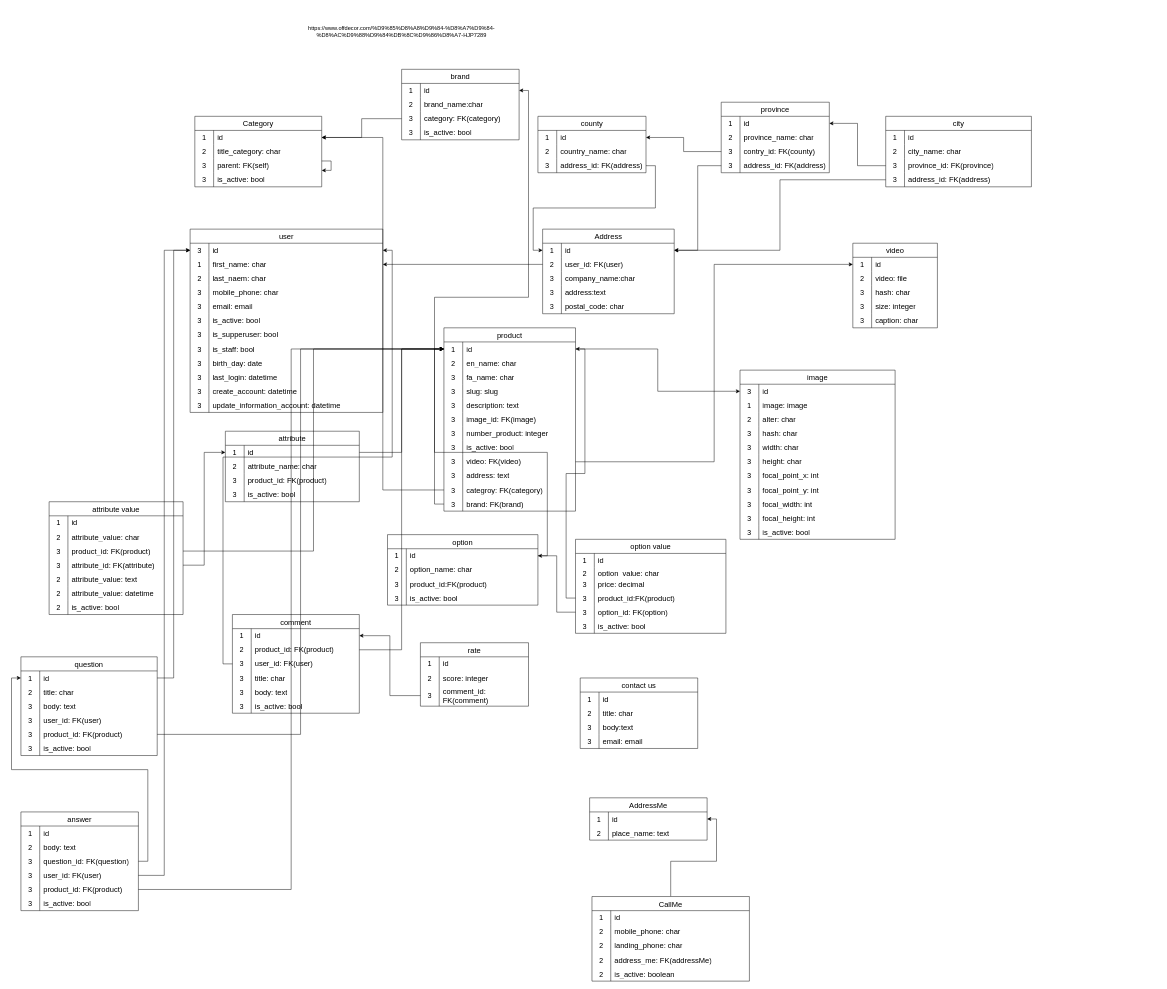
Earlier version of the draw.io diagram turn_rating.drawio (mrgdeveloper1401/sofa). Source tidied: cells renumbered, new cells numbered last; positions are measured from the earlier drawing's top-left corner, leaving out a move shared by most shapes. Both pictures are drawn from the tidied source at 47%, with x=0, y=0 at pixel (21, 8).
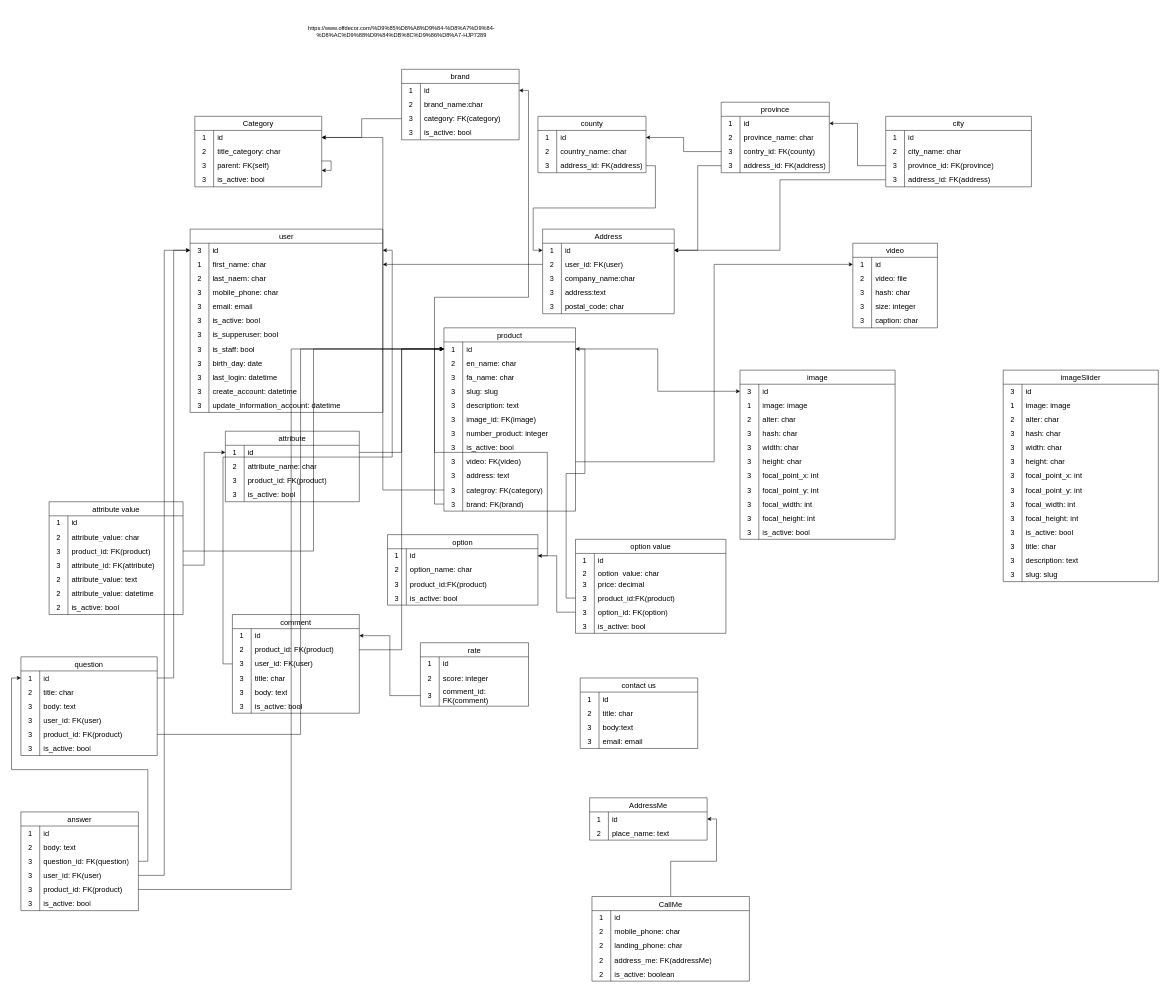
The same page after the edit.

Change to the diagram source:
```diff
@@
+    <mxCell id="402" value="imageSlider" style="shape=table;startSize=30;childLayout=tableLayout;rowLines=0;fontStyle=0;strokeColor=default;fontSize=16;" parent="1" vertex="1">
+      <mxGeometry x="2090" y="770" width="330" height="450" as="geometry" />
+    </mxCell>
+    <mxCell id="403" style="shape=tableRow;horizontal=0;startSize=0;swimlaneHead=0;swimlaneBody=0;top=0;left=0;bottom=0;right=0;fillColor=none;strokeColor=inherit;fontSize=16;" parent="402" vertex="1">
+      <mxGeometry y="30" width="330" height="30" as="geometry" />
+    </mxCell>
+    <mxCell id="404" value="3" style="shape=partialRectangle;html=1;whiteSpace=wrap;fillColor=none;top=0;left=0;bottom=0;right=0;overflow=hidden;strokeColor=inherit;fontSize=16;" parent="403" vertex="1">
+      <mxGeometry width="40" height="30" as="geometry" />
+    </mxCell>
+    <mxCell id="405" value="id" style="shape=partialRectangle;html=1;whiteSpace=wrap;fillColor=none;top=0;left=0;bottom=0;right=0;align=left;spacingLeft=6;overflow=hidden;strokeColor=inherit;fontSize=16;" parent="403" vertex="1">
+      <mxGeometry x="40" width="290" height="30" as="geometry" />
+    </mxCell>
+    <mxCell id="406" style="shape=tableRow;horizontal=0;startSize=0;swimlaneHead=0;swimlaneBody=0;top=0;left=0;bottom=0;right=0;fillColor=none;strokeColor=inherit;fontSize=16;" parent="402" vertex="1">
+      <mxGeometry y="60" width="330" height="30" as="geometry" />
+    </mxCell>
+    <mxCell id="407" value="1" style="shape=partialRectangle;html=1;whiteSpace=wrap;fillColor=none;top=0;left=0;bottom=0;right=0;overflow=hidden;strokeColor=inherit;fontSize=16;" parent="406" vertex="1">
+      <mxGeometry width="40" height="30" as="geometry" />
+    </mxCell>
+    <mxCell id="408" value="image: image" style="shape=partialRectangle;html=1;whiteSpace=wrap;fillColor=none;top=0;left=0;bottom=0;right=0;align=left;spacingLeft=6;overflow=hidden;strokeColor=inherit;fontSize=16;" parent="406" vertex="1">
+      <mxGeometry x="40" width="290" height="30" as="geometry" />
+    </mxCell>
+    <mxCell id="409" style="shape=tableRow;horizontal=0;startSize=0;swimlaneHead=0;swimlaneBody=0;top=0;left=0;bottom=0;right=0;fillColor=none;strokeColor=inherit;fontSize=16;" parent="402" vertex="1">
+      <mxGeometry y="90" width="330" height="30" as="geometry" />
+    </mxCell>
+    <mxCell id="410" value="2" style="shape=partialRectangle;html=1;whiteSpace=wrap;fillColor=none;top=0;left=0;bottom=0;right=0;overflow=hidden;strokeColor=inherit;fontSize=16;" parent="409" vertex="1">
+      <mxGeometry width="40" height="30" as="geometry" />
+    </mxCell>
+    <mxCell id="411" value="alter: char" style="shape=partialRectangle;html=1;whiteSpace=wrap;fillColor=none;top=0;left=0;bottom=0;right=0;align=left;spacingLeft=6;overflow=hidden;strokeColor=inherit;fontSize=16;" parent="409" vertex="1">
+      <mxGeometry x="40" width="290" height="30" as="geometry" />
+    </mxCell>
+    <mxCell id="412" style="shape=tableRow;horizontal=0;startSize=0;swimlaneHead=0;swimlaneBody=0;top=0;left=0;bottom=0;right=0;fillColor=none;strokeColor=inherit;fontSize=16;" parent="402" vertex="1">
+      <mxGeometry y="120" width="330" height="30" as="geometry" />
+    </mxCell>
+    <mxCell id="413" value="3" style="shape=partialRectangle;html=1;whiteSpace=wrap;fillColor=none;top=0;left=0;bottom=0;right=0;overflow=hidden;strokeColor=inherit;fontSize=16;" parent="412" vertex="1">
+      <mxGeometry width="40" height="30" as="geometry" />
+    </mxCell>
+    <mxCell id="414" value="hash: char" style="shape=partialRectangle;html=1;whiteSpace=wrap;fillColor=none;top=0;left=0;bottom=0;right=0;align=left;spacingLeft=6;overflow=hidden;strokeColor=inherit;fontSize=16;" parent="412" vertex="1">
+      <mxGeometry x="40" width="290" height="30" as="geometry" />
+    </mxCell>
+    <mxCell id="415" style="shape=tableRow;horizontal=0;startSize=0;swimlaneHead=0;swimlaneBody=0;top=0;left=0;bottom=0;right=0;fillColor=none;strokeColor=inherit;fontSize=16;" parent="402" vertex="1">
+      <mxGeometry y="150" width="330" height="30" as="geometry" />
+    </mxCell>
+    <mxCell id="416" value="3" style="shape=partialRectangle;html=1;whiteSpace=wrap;fillColor=none;top=0;left=0;bottom=0;right=0;overflow=hidden;strokeColor=inherit;fontSize=16;" parent="415" vertex="1">
+      <mxGeometry width="40" height="30" as="geometry" />
+    </mxCell>
+    <mxCell id="417" value="width: char" style="shape=partialRectangle;html=1;whiteSpace=wrap;fillColor=none;top=0;left=0;bottom=0;right=0;align=left;spacingLeft=6;overflow=hidden;strokeColor=inherit;fontSize=16;" parent="415" vertex="1">
+      <mxGeometry x="40" width="290" height="30" as="geometry" />
+    </mxCell>
+    <mxCell id="418" style="shape=tableRow;horizontal=0;startSize=0;swimlaneHead=0;swimlaneBody=0;top=0;left=0;bottom=0;right=0;fillColor=none;strokeColor=inherit;fontSize=16;" parent="402" vertex="1">
+      <mxGeometry y="180" width="330" height="30" as="geometry" />
+    </mxCell>
+    <mxCell id="419" value="3" style="shape=partialRectangle;html=1;whiteSpace=wrap;fillColor=none;top=0;left=0;bottom=0;right=0;overflow=hidden;strokeColor=inherit;fontSize=16;" parent="418" vertex="1">
+      <mxGeometry width="40" height="30" as="geometry" />
+    </mxCell>
+    <mxCell id="420" value="height: char" style="shape=partialRectangle;html=1;whiteSpace=wrap;fillColor=none;top=0;left=0;bottom=0;right=0;align=left;spacingLeft=6;overflow=hidden;strokeColor=inherit;fontSize=16;" parent="418" vertex="1">
+      <mxGeometry x="40" width="290" height="30" as="geometry" />
+    </mxCell>
+    <mxCell id="421" style="shape=tableRow;horizontal=0;startSize=0;swimlaneHead=0;swimlaneBody=0;top=0;left=0;bottom=0;right=0;fillColor=none;strokeColor=inherit;fontSize=16;" parent="402" vertex="1">
+      <mxGeometry y="210" width="330" height="30" as="geometry" />
+    </mxCell>
+    <mxCell id="422" value="3" style="shape=partialRectangle;html=1;whiteSpace=wrap;fillColor=none;top=0;left=0;bottom=0;right=0;overflow=hidden;strokeColor=inherit;fontSize=16;" parent="421" vertex="1">
+      <mxGeometry width="40" height="30" as="geometry" />
+    </mxCell>
+    <mxCell id="423" value="focal_point_x: int" style="shape=partialRectangle;html=1;whiteSpace=wrap;fillColor=none;top=0;left=0;bottom=0;right=0;align=left;spacingLeft=6;overflow=hidden;strokeColor=inherit;fontSize=16;" parent="421" vertex="1">
+      <mxGeometry x="40" width="290" height="30" as="geometry" />
+    </mxCell>
+    <mxCell id="424" style="shape=tableRow;horizontal=0;startSize=0;swimlaneHead=0;swimlaneBody=0;top=0;left=0;bottom=0;right=0;fillColor=none;strokeColor=inherit;fontSize=16;" parent="402" vertex="1">
+      <mxGeometry y="240" width="330" height="30" as="geometry" />
+    </mxCell>
+    <mxCell id="425" value="3" style="shape=partialRectangle;html=1;whiteSpace=wrap;fillColor=none;top=0;left=0;bottom=0;right=0;overflow=hidden;strokeColor=inherit;fontSize=16;" parent="424" vertex="1">
+      <mxGeometry width="40" height="30" as="geometry" />
+    </mxCell>
+    <mxCell id="426" value="focal_point_y: int" style="shape=partialRectangle;html=1;whiteSpace=wrap;fillColor=none;top=0;left=0;bottom=0;right=0;align=left;spacingLeft=6;overflow=hidden;strokeColor=inherit;fontSize=16;" parent="424" vertex="1">
+      <mxGeometry x="40" width="290" height="30" as="geometry" />
+    </mxCell>
+    <mxCell id="427" style="shape=tableRow;horizontal=0;startSize=0;swimlaneHead=0;swimlaneBody=0;top=0;left=0;bottom=0;right=0;fillColor=none;strokeColor=inherit;fontSize=16;" parent="402" vertex="1">
+      <mxGeometry y="270" width="330" height="30" as="geometry" />
+    </mxCell>
+    <mxCell id="428" value="3" style="shape=partialRectangle;html=1;whiteSpace=wrap;fillColor=none;top=0;left=0;bottom=0;right=0;overflow=hidden;strokeColor=inherit;fontSize=16;" parent="427" vertex="1">
+      <mxGeometry width="40" height="30" as="geometry" />
+    </mxCell>
+    <mxCell id="429" value="focal_width: int" style="shape=partialRectangle;html=1;whiteSpace=wrap;fillColor=none;top=0;left=0;bottom=0;right=0;align=left;spacingLeft=6;overflow=hidden;strokeColor=inherit;fontSize=16;" parent="427" vertex="1">
+      <mxGeometry x="40" width="290" height="30" as="geometry" />
+    </mxCell>
+    <mxCell id="430" style="shape=tableRow;horizontal=0;startSize=0;swimlaneHead=0;swimlaneBody=0;top=0;left=0;bottom=0;right=0;fillColor=none;strokeColor=inherit;fontSize=16;" parent="402" vertex="1">
+      <mxGeometry y="300" width="330" height="30" as="geometry" />
+    </mxCell>
+    <mxCell id="431" value="3" style="shape=partialRectangle;html=1;whiteSpace=wrap;fillColor=none;top=0;left=0;bottom=0;right=0;overflow=hidden;strokeColor=inherit;fontSize=16;" parent="430" vertex="1">
+      <mxGeometry width="40" height="30" as="geometry" />
+    </mxCell>
+    <mxCell id="432" value="focal_height: int" style="shape=partialRectangle;html=1;whiteSpace=wrap;fillColor=none;top=0;left=0;bottom=0;right=0;align=left;spacingLeft=6;overflow=hidden;strokeColor=inherit;fontSize=16;" parent="430" vertex="1">
+      <mxGeometry x="40" width="290" height="30" as="geometry" />
+    </mxCell>
+    <mxCell id="433" style="shape=tableRow;horizontal=0;startSize=0;swimlaneHead=0;swimlaneBody=0;top=0;left=0;bottom=0;right=0;fillColor=none;strokeColor=inherit;fontSize=16;" parent="402" vertex="1">
+      <mxGeometry y="330" width="330" height="30" as="geometry" />
+    </mxCell>
+    <mxCell id="434" value="3" style="shape=partialRectangle;html=1;whiteSpace=wrap;fillColor=none;top=0;left=0;bottom=0;right=0;overflow=hidden;strokeColor=inherit;fontSize=16;" parent="433" vertex="1">
+      <mxGeometry width="40" height="30" as="geometry" />
+    </mxCell>
+    <mxCell id="435" value="is_active: bool" style="shape=partialRectangle;html=1;whiteSpace=wrap;fillColor=none;top=0;left=0;bottom=0;right=0;align=left;spacingLeft=6;overflow=hidden;strokeColor=inherit;fontSize=16;" parent="433" vertex="1">
+      <mxGeometry x="40" width="290" height="30" as="geometry" />
+    </mxCell>
+    <mxCell id="436" style="shape=tableRow;horizontal=0;startSize=0;swimlaneHead=0;swimlaneBody=0;top=0;left=0;bottom=0;right=0;fillColor=none;strokeColor=inherit;fontSize=16;" parent="402" vertex="1">
+      <mxGeometry y="360" width="330" height="30" as="geometry" />
+    </mxCell>
+    <mxCell id="437" value="3" style="shape=partialRectangle;html=1;whiteSpace=wrap;fillColor=none;top=0;left=0;bottom=0;right=0;overflow=hidden;strokeColor=inherit;fontSize=16;" parent="436" vertex="1">
+      <mxGeometry width="40" height="30" as="geometry" />
+    </mxCell>
+    <mxCell id="438" value="title: char" style="shape=partialRectangle;html=1;whiteSpace=wrap;fillColor=none;top=0;left=0;bottom=0;right=0;align=left;spacingLeft=6;overflow=hidden;strokeColor=inherit;fontSize=16;" parent="436" vertex="1">
+      <mxGeometry x="40" width="290" height="30" as="geometry" />
+    </mxCell>
+    <mxCell id="439" style="shape=tableRow;horizontal=0;startSize=0;swimlaneHead=0;swimlaneBody=0;top=0;left=0;bottom=0;right=0;fillColor=none;strokeColor=inherit;fontSize=16;" parent="402" vertex="1">
+      <mxGeometry y="390" width="330" height="30" as="geometry" />
+    </mxCell>
+    <mxCell id="440" value="3" style="shape=partialRectangle;html=1;whiteSpace=wrap;fillColor=none;top=0;left=0;bottom=0;right=0;overflow=hidden;strokeColor=inherit;fontSize=16;" parent="439" vertex="1">
+      <mxGeometry width="40" height="30" as="geometry" />
+    </mxCell>
+    <mxCell id="441" value="description: text" style="shape=partialRectangle;html=1;whiteSpace=wrap;fillColor=none;top=0;left=0;bottom=0;right=0;align=left;spacingLeft=6;overflow=hidden;strokeColor=inherit;fontSize=16;" parent="439" vertex="1">
+      <mxGeometry x="40" width="290" height="30" as="geometry" />
+    </mxCell>
+    <mxCell id="442" style="shape=tableRow;horizontal=0;startSize=0;swimlaneHead=0;swimlaneBody=0;top=0;left=0;bottom=0;right=0;fillColor=none;strokeColor=inherit;fontSize=16;" parent="402" vertex="1">
+      <mxGeometry y="420" width="330" height="30" as="geometry" />
+    </mxCell>
+    <mxCell id="443" value="3" style="shape=partialRectangle;html=1;whiteSpace=wrap;fillColor=none;top=0;left=0;bottom=0;right=0;overflow=hidden;strokeColor=inherit;fontSize=16;" parent="442" vertex="1">
+      <mxGeometry width="40" height="30" as="geometry" />
+    </mxCell>
+    <mxCell id="444" value="slug: slug" style="shape=partialRectangle;html=1;whiteSpace=wrap;fillColor=none;top=0;left=0;bottom=0;right=0;align=left;spacingLeft=6;overflow=hidden;strokeColor=inherit;fontSize=16;" parent="442" vertex="1">
+      <mxGeometry x="40" width="290" height="30" as="geometry" />
+    </mxCell>
```
